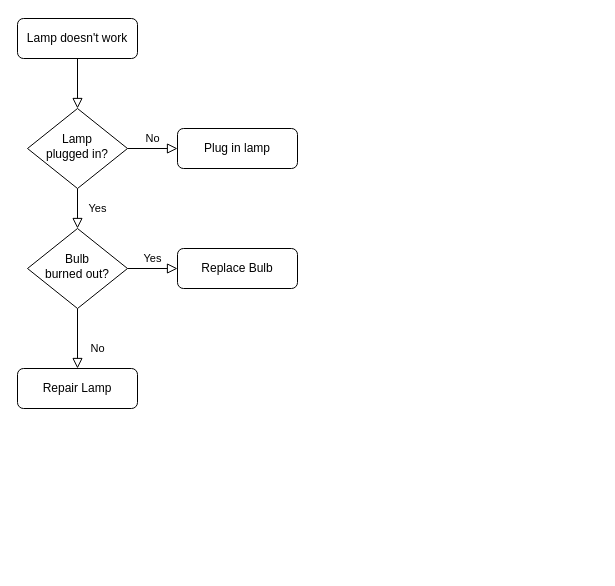
The draw.io diagram Login Process.drawio in david-ruffner/setbuddy, before the edit. Source tidied: cells renumbered, new cells numbered last; positions are measured from the earlier drawing's top-left corner, leaving out a move shared by most shapes. Both pictures are drawn from the tidied source at 100%, with x=0, y=0 at pixel (17, 18).
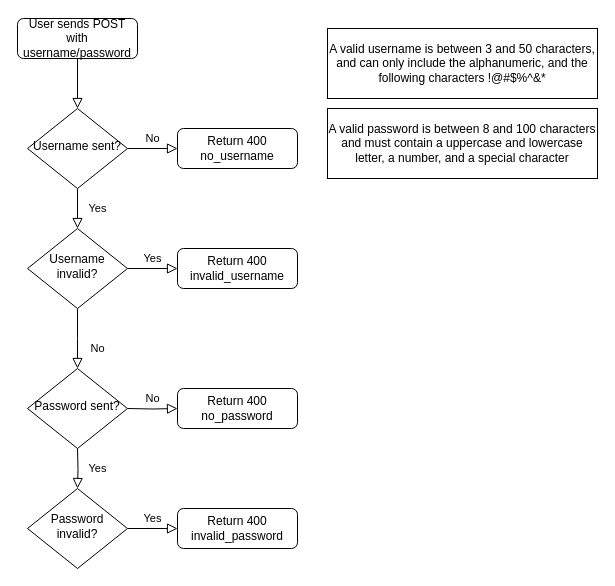
The same diagram, later.

What changed in the source:
```diff
@@
-    <mxCell id="3" value="Lamp doesn't work" style="rounded=1;whiteSpace=wrap;html=1;fontSize=12;glass=0;strokeWidth=1;shadow=0;" parent="1" vertex="1">
+    <mxCell id="3" value="User sends POST with username/password" style="rounded=1;whiteSpace=wrap;html=1;fontSize=12;glass=0;strokeWidth=1;shadow=0;" parent="1" vertex="1">
       <mxGeometry width="120" height="40" as="geometry" />
     </mxCell>
@@
-    <mxCell id="6" value="Lamp&lt;br&gt;plugged in?" style="rhombus;whiteSpace=wrap;html=1;shadow=0;fontFamily=Helvetica;fontSize=12;align=center;strokeWidth=1;spacing=6;spacingTop=-4;" parent="1" vertex="1">
+    <mxCell id="6" value="Username sent?" style="rhombus;whiteSpace=wrap;html=1;shadow=0;fontFamily=Helvetica;fontSize=12;align=center;strokeWidth=1;spacing=6;spacingTop=-4;" parent="1" vertex="1">
       <mxGeometry x="10" y="90" width="100" height="80" as="geometry" />
     </mxCell>
-    <mxCell id="7" value="Plug in lamp" style="rounded=1;whiteSpace=wrap;html=1;fontSize=12;glass=0;strokeWidth=1;shadow=0;" parent="1" vertex="1">
+    <mxCell id="7" value="Return 400 no_username" style="rounded=1;whiteSpace=wrap;html=1;fontSize=12;glass=0;strokeWidth=1;shadow=0;" parent="1" vertex="1">
       <mxGeometry x="160" y="110" width="120" height="40" as="geometry" />
     </mxCell>
-    <mxCell id="8" value="No" style="rounded=0;html=1;jettySize=auto;fontSize=11;endArrow=block;endFill=0;endSize=8;strokeWidth=1;shadow=0;labelBackgroundColor=none;edgeStyle=orthogonalEdgeStyle;" parent="1" edge="1" source="10" target="11">
-      <mxGeometry x="0.33" y="20" relative="1" as="geometry" />
+    <mxCell id="8" value="No" style="rounded=0;html=1;jettySize=auto;fontSize=11;endArrow=block;endFill=0;endSize=8;strokeWidth=1;shadow=0;labelBackgroundColor=none;edgeStyle=orthogonalEdgeStyle;" parent="1" edge="1" source="10">
+      <mxGeometry x="0.33" y="20" relative="1" as="geometry">
+        <mxPoint x="60" y="350" as="targetPoint" />
+      </mxGeometry>
     </mxCell>
@@
-    <mxCell id="10" value="Bulb&lt;br&gt;burned out?" style="rhombus;whiteSpace=wrap;html=1;shadow=0;fontFamily=Helvetica;fontSize=12;align=center;strokeWidth=1;spacing=6;spacingTop=-4;" parent="1" vertex="1">
+    <mxCell id="10" value="Username invalid?" style="rhombus;whiteSpace=wrap;html=1;shadow=0;fontFamily=Helvetica;fontSize=12;align=center;strokeWidth=1;spacing=6;spacingTop=-4;" parent="1" vertex="1">
       <mxGeometry x="10" y="210" width="100" height="80" as="geometry" />
     </mxCell>
-    <mxCell id="11" value="Repair Lamp" style="rounded=1;whiteSpace=wrap;html=1;fontSize=12;glass=0;strokeWidth=1;shadow=0;" parent="1" vertex="1">
-      <mxGeometry y="350" width="120" height="40" as="geometry" />
-    </mxCell>
-    <mxCell id="12" value="Replace Bulb" style="rounded=1;whiteSpace=wrap;html=1;fontSize=12;glass=0;strokeWidth=1;shadow=0;" parent="1" vertex="1">
+    <mxCell id="12" value="Return 400 invalid_username" style="rounded=1;whiteSpace=wrap;html=1;fontSize=12;glass=0;strokeWidth=1;shadow=0;" parent="1" vertex="1">
       <mxGeometry x="160" y="230" width="120" height="40" as="geometry" />
     </mxCell>
+    <mxCell id="13" value="A valid username is between 3 and 50 characters, and can only include the alphanumeric, and the following characters !@#$%^&amp;amp;*" style="rounded=0;whiteSpace=wrap;html=1;" parent="1" vertex="1">
+      <mxGeometry x="310" y="10" width="270" height="70" as="geometry" />
+    </mxCell>
+    <mxCell id="14" value="A valid password is between 8 and 100 characters and must contain a uppercase and lowercase letter, a number, and a special character" style="rounded=0;whiteSpace=wrap;html=1;" parent="1" vertex="1">
+      <mxGeometry x="310" y="90" width="270" height="70" as="geometry" />
+    </mxCell>
+    <mxCell id="15" value="Password sent?" style="rhombus;whiteSpace=wrap;html=1;shadow=0;fontFamily=Helvetica;fontSize=12;align=center;strokeWidth=1;spacing=6;spacingTop=-4;" parent="1" vertex="1">
+      <mxGeometry x="10" y="350" width="100" height="80" as="geometry" />
+    </mxCell>
+    <mxCell id="16" value="No" style="edgeStyle=orthogonalEdgeStyle;rounded=0;html=1;jettySize=auto;fontSize=11;endArrow=block;endFill=0;endSize=8;strokeWidth=1;shadow=0;labelBackgroundColor=none;" parent="1" edge="1" target="17">
+      <mxGeometry y="10" relative="1" as="geometry">
+        <mxPoint x="110" y="390" as="sourcePoint" />
+      </mxGeometry>
+    </mxCell>
+    <mxCell id="17" value="Return 400 no_password" style="rounded=1;whiteSpace=wrap;html=1;fontSize=12;glass=0;strokeWidth=1;shadow=0;" parent="1" vertex="1">
+      <mxGeometry x="160" y="370" width="120" height="40" as="geometry" />
+    </mxCell>
+    <mxCell id="18" value="Yes" style="rounded=0;html=1;jettySize=auto;fontSize=11;endArrow=block;endFill=0;endSize=8;strokeWidth=1;shadow=0;labelBackgroundColor=none;edgeStyle=orthogonalEdgeStyle;" parent="1" edge="1" target="20">
+      <mxGeometry y="20" relative="1" as="geometry">
+        <mxPoint x="60" y="430" as="sourcePoint" />
+      </mxGeometry>
+    </mxCell>
+    <mxCell id="19" value="Yes" style="edgeStyle=orthogonalEdgeStyle;rounded=0;html=1;jettySize=auto;fontSize=11;endArrow=block;endFill=0;endSize=8;strokeWidth=1;shadow=0;labelBackgroundColor=none;" parent="1" edge="1" source="20" target="21">
+      <mxGeometry y="10" relative="1" as="geometry" />
+    </mxCell>
+    <mxCell id="20" value="Password invalid?" style="rhombus;whiteSpace=wrap;html=1;shadow=0;fontFamily=Helvetica;fontSize=12;align=center;strokeWidth=1;spacing=6;spacingTop=-4;" parent="1" vertex="1">
+      <mxGeometry x="10" y="470" width="100" height="80" as="geometry" />
+    </mxCell>
+    <mxCell id="21" value="Return 400 invalid_password" style="rounded=1;whiteSpace=wrap;html=1;fontSize=12;glass=0;strokeWidth=1;shadow=0;" parent="1" vertex="1">
+      <mxGeometry x="160" y="490" width="120" height="40" as="geometry" />
+    </mxCell>
```
